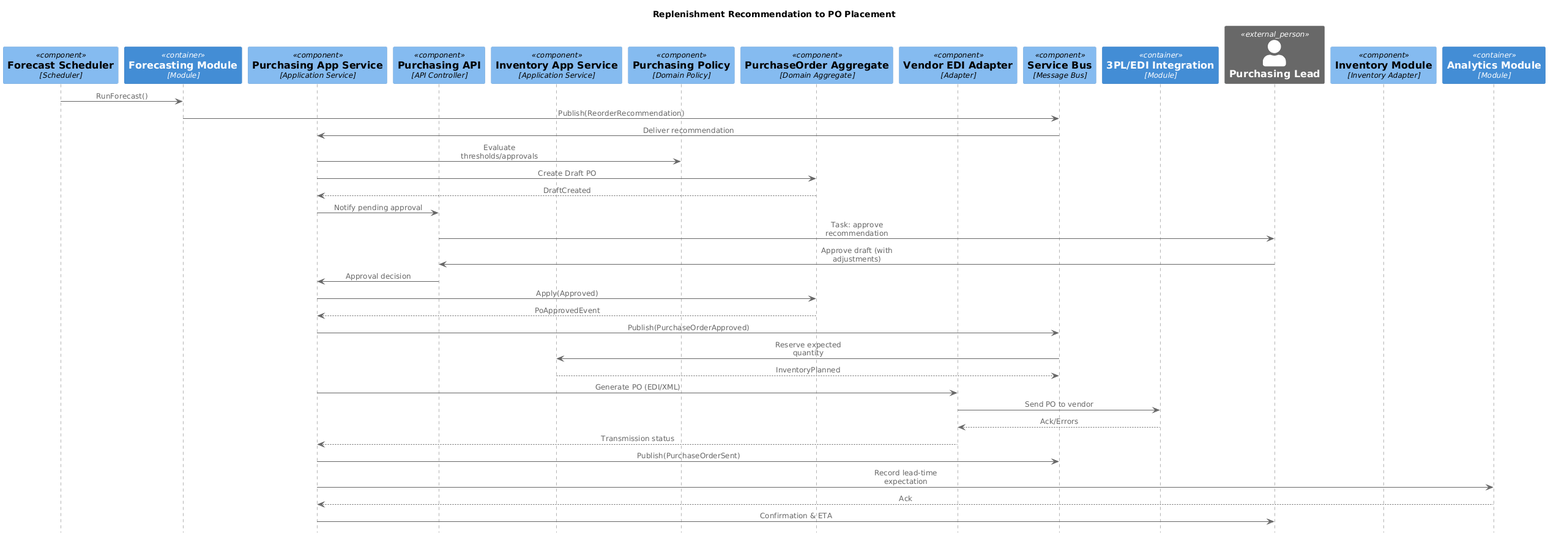
Above: Documents/media/attachments/sequence_diagrams/purchasing_replenishment_sequence/Purchasing Replenishment Flow.png in phapeee/ERP-Inventory-Management-System (PlantUML), before the change.
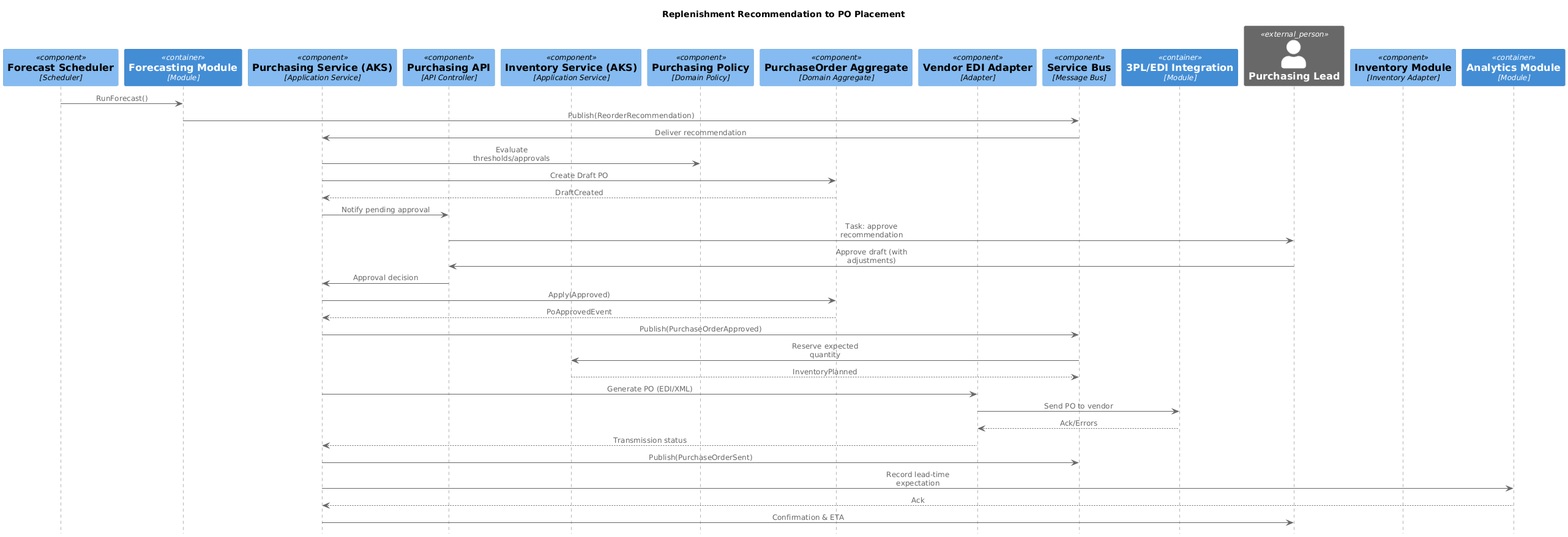
The same file after the commit.

Change to the diagram source:
```diff
@@ -1,4 +1,4 @@
-@startuml
+@startuml Purchasing Replenishment Flow
 !if %variable_exists("RELATIVE_INCLUDE")
   !include ./C4_Component.puml
 !else
@@ -444,9 +444,9 @@
 
 Participant_Scheduler(forecastScheduler, "Forecast Scheduler")
 Participant_Module(forecastModule, "Forecasting Module")
-Participant_App(purchasingApp, "Purchasing App Service")
+Participant_App(purchasingApp, "Purchasing Service (AKS)")
 Participant_Controller(purchasingController, "Purchasing API")
-Participant_App(inventoryApp, "Inventory App Service")
+Participant_App(inventoryApp, "Inventory Service (AKS)")
 Participant_Policy(purchPolicy, "Purchasing Policy")
 Participant_Aggregate(poAggregate, "PurchaseOrder Aggregate")
 Participant_Adapter(vendorAdapter, "Vendor EDI Adapter")
@@ -479,4 +479,5 @@
 purchasingApp -> analyticsModule : Record lead-time expectation
 analyticsModule --> purchasingApp : Ack
 purchasingApp -> purchasingLead : Confirmation & ETA
+
 @enduml
```
